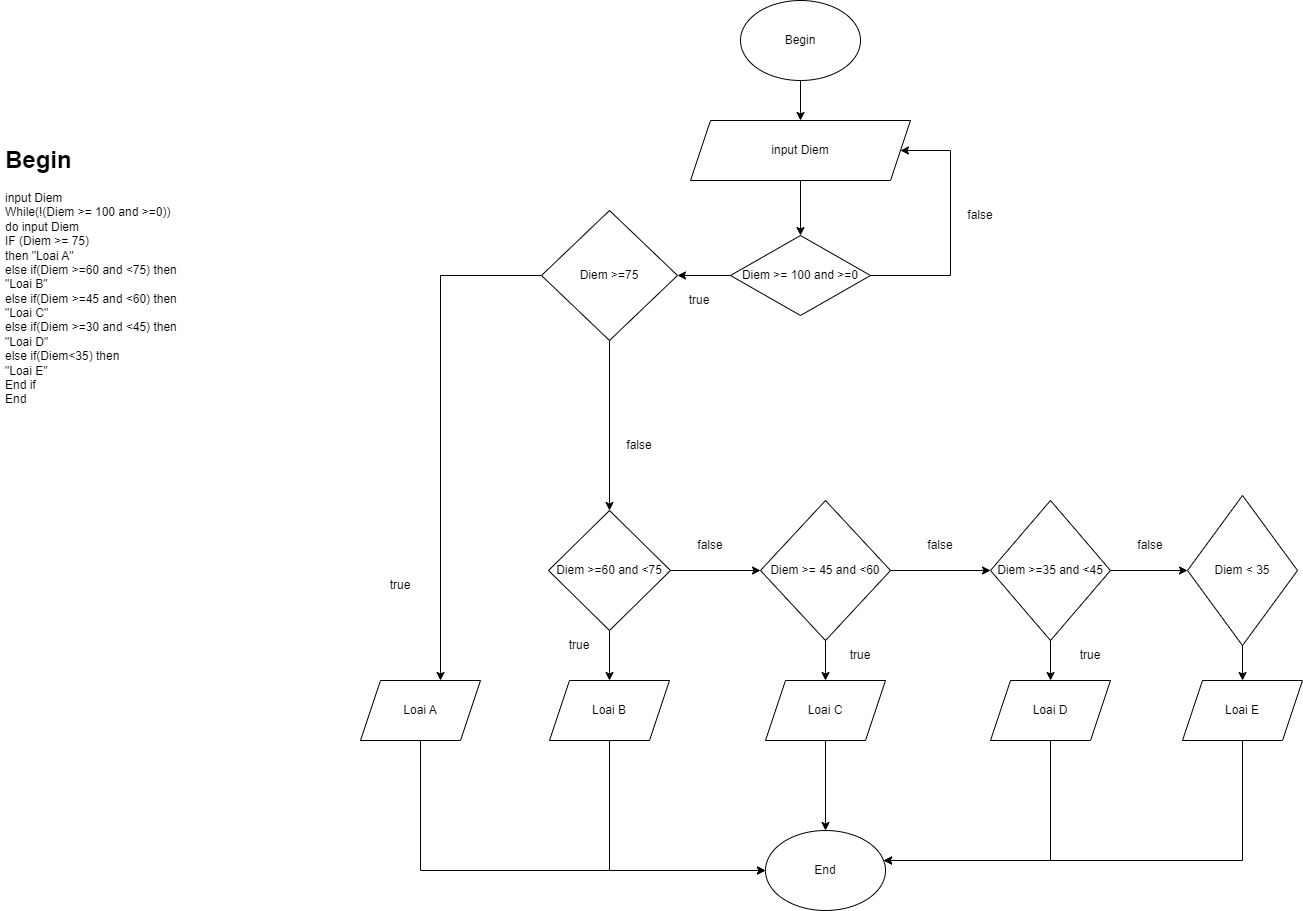
This is ss3_ma_gia_luu_do/bai5.png from phuoctai0612/c0223g1-maiphuoctai, a draw.io export, as it was before one commit. Source tidied: cells renumbered, new cells last; positions are measured from the earlier drawing's top-left corner, leaving out a move shared by most shapes. The source it was exported from:
```xml
<mxGraphModel>
  <root>
    <mxCell id="0" />
    <mxCell id="1" parent="0" />
    <mxCell id="2" style="edgeStyle=orthogonalEdgeStyle;rounded=0;jettySize=auto;html=1;" parent="1" edge="1" source="3" target="5">
      <mxGeometry relative="1" as="geometry" />
    </mxCell>
    <mxCell id="3" value="Begin" style="ellipse;whiteSpace=wrap;html=1;" parent="1" vertex="1">
      <mxGeometry x="740" width="120" height="80" as="geometry" />
    </mxCell>
    <mxCell id="4" style="edgeStyle=orthogonalEdgeStyle;rounded=0;jettySize=auto;html=1;" parent="1" edge="1" source="5" target="40">
      <mxGeometry relative="1" as="geometry" />
    </mxCell>
    <mxCell id="5" value="input Diem" style="shape=parallelogram;perimeter=parallelogramPerimeter;whiteSpace=wrap;html=1;fixedSize=1;" parent="1" vertex="1">
      <mxGeometry x="690" y="120" width="220" height="60" as="geometry" />
    </mxCell>
    <mxCell id="6" style="edgeStyle=orthogonalEdgeStyle;rounded=0;jettySize=auto;html=1;" parent="1" edge="1" source="8" target="10">
      <mxGeometry relative="1" as="geometry">
        <Array as="points">
          <mxPoint x="440" y="275" />
        </Array>
      </mxGeometry>
    </mxCell>
    <mxCell id="7" style="edgeStyle=orthogonalEdgeStyle;rounded=0;jettySize=auto;html=1;" parent="1" edge="1" source="8" target="14">
      <mxGeometry relative="1" as="geometry" />
    </mxCell>
    <mxCell id="8" value="Diem &amp;gt;=75" style="rhombus;whiteSpace=wrap;html=1;" parent="1" vertex="1">
      <mxGeometry x="541" y="210" width="136" height="130" as="geometry" />
    </mxCell>
    <mxCell id="9" style="edgeStyle=orthogonalEdgeStyle;rounded=0;jettySize=auto;html=1;" parent="1" edge="1" source="10" target="43">
      <mxGeometry relative="1" as="geometry">
        <Array as="points">
          <mxPoint x="420" y="870" />
        </Array>
      </mxGeometry>
    </mxCell>
    <mxCell id="10" value="Loai A" style="shape=parallelogram;perimeter=parallelogramPerimeter;whiteSpace=wrap;html=1;fixedSize=1;" parent="1" vertex="1">
      <mxGeometry x="360" y="680" width="120" height="60" as="geometry" />
    </mxCell>
    <mxCell id="11" value="true" style="text;html=1;strokeColor=none;fillColor=none;align=center;verticalAlign=middle;whiteSpace=wrap;rounded=0;" parent="1" vertex="1">
      <mxGeometry x="370" y="570" width="60" height="30" as="geometry" />
    </mxCell>
    <mxCell id="12" style="edgeStyle=orthogonalEdgeStyle;rounded=0;jettySize=auto;html=1;" parent="1" edge="1" source="14" target="18">
      <mxGeometry relative="1" as="geometry" />
    </mxCell>
    <mxCell id="13" style="edgeStyle=orthogonalEdgeStyle;rounded=0;jettySize=auto;html=1;" parent="1" edge="1" source="14" target="20">
      <mxGeometry relative="1" as="geometry" />
    </mxCell>
    <mxCell id="14" value="Diem &amp;gt;=60 and &amp;lt;75" style="rhombus;whiteSpace=wrap;html=1;" parent="1" vertex="1">
      <mxGeometry x="548" y="510" width="122" height="120" as="geometry" />
    </mxCell>
    <mxCell id="15" value="false" style="text;html=1;strokeColor=none;fillColor=none;align=center;verticalAlign=middle;whiteSpace=wrap;rounded=0;" parent="1" vertex="1">
      <mxGeometry x="609" y="430" width="60" height="30" as="geometry" />
    </mxCell>
    <mxCell id="16" style="edgeStyle=orthogonalEdgeStyle;rounded=0;jettySize=auto;html=1;" parent="1" edge="1" source="18" target="24">
      <mxGeometry relative="1" as="geometry" />
    </mxCell>
    <mxCell id="17" style="edgeStyle=orthogonalEdgeStyle;rounded=0;jettySize=auto;html=1;" parent="1" edge="1" source="18" target="27">
      <mxGeometry relative="1" as="geometry" />
    </mxCell>
    <mxCell id="18" value="Diem &amp;gt;= 45 and &amp;lt;60" style="rhombus;whiteSpace=wrap;html=1;" parent="1" vertex="1">
      <mxGeometry x="760" y="500" width="130" height="140" as="geometry" />
    </mxCell>
    <mxCell id="19" style="edgeStyle=orthogonalEdgeStyle;rounded=0;jettySize=auto;html=1;" parent="1" edge="1" source="20" target="43">
      <mxGeometry relative="1" as="geometry">
        <Array as="points">
          <mxPoint x="609" y="870" />
        </Array>
      </mxGeometry>
    </mxCell>
    <mxCell id="20" value="Loai B" style="shape=parallelogram;perimeter=parallelogramPerimeter;whiteSpace=wrap;html=1;fixedSize=1;" parent="1" vertex="1">
      <mxGeometry x="549" y="680" width="120" height="60" as="geometry" />
    </mxCell>
    <mxCell id="21" value="true" style="text;html=1;strokeColor=none;fillColor=none;align=center;verticalAlign=middle;whiteSpace=wrap;rounded=0;" parent="1" vertex="1">
      <mxGeometry x="549" y="630" width="60" height="30" as="geometry" />
    </mxCell>
    <mxCell id="22" value="false" style="text;html=1;strokeColor=none;fillColor=none;align=center;verticalAlign=middle;whiteSpace=wrap;rounded=0;" parent="1" vertex="1">
      <mxGeometry x="680" y="530" width="60" height="30" as="geometry" />
    </mxCell>
    <mxCell id="23" style="edgeStyle=orthogonalEdgeStyle;rounded=0;jettySize=auto;html=1;" parent="1" edge="1" source="24" target="43">
      <mxGeometry relative="1" as="geometry" />
    </mxCell>
    <mxCell id="24" value="Loai C" style="shape=parallelogram;perimeter=parallelogramPerimeter;whiteSpace=wrap;html=1;fixedSize=1;" parent="1" vertex="1">
      <mxGeometry x="765" y="680" width="120" height="60" as="geometry" />
    </mxCell>
    <mxCell id="25" style="edgeStyle=orthogonalEdgeStyle;rounded=0;jettySize=auto;html=1;" parent="1" edge="1" source="27" target="30">
      <mxGeometry relative="1" as="geometry" />
    </mxCell>
    <mxCell id="26" style="edgeStyle=orthogonalEdgeStyle;rounded=0;jettySize=auto;html=1;" parent="1" edge="1" source="27" target="34">
      <mxGeometry relative="1" as="geometry" />
    </mxCell>
    <mxCell id="27" value="Diem &amp;gt;=35 and &amp;lt;45" style="rhombus;whiteSpace=wrap;html=1;" parent="1" vertex="1">
      <mxGeometry x="990" y="500" width="120" height="140" as="geometry" />
    </mxCell>
    <mxCell id="28" value="false" style="text;html=1;strokeColor=none;fillColor=none;align=center;verticalAlign=middle;whiteSpace=wrap;rounded=0;" parent="1" vertex="1">
      <mxGeometry x="910" y="530" width="60" height="30" as="geometry" />
    </mxCell>
    <mxCell id="29" style="edgeStyle=orthogonalEdgeStyle;rounded=0;jettySize=auto;html=1;" parent="1" edge="1" source="30" target="43">
      <mxGeometry relative="1" as="geometry">
        <Array as="points">
          <mxPoint x="1050" y="860" />
        </Array>
      </mxGeometry>
    </mxCell>
    <mxCell id="30" value="Loai D" style="shape=parallelogram;perimeter=parallelogramPerimeter;whiteSpace=wrap;html=1;fixedSize=1;" parent="1" vertex="1">
      <mxGeometry x="990" y="680" width="120" height="60" as="geometry" />
    </mxCell>
    <mxCell id="31" value="true" style="text;html=1;strokeColor=none;fillColor=none;align=center;verticalAlign=middle;whiteSpace=wrap;rounded=0;" parent="1" vertex="1">
      <mxGeometry x="830" y="640" width="60" height="30" as="geometry" />
    </mxCell>
    <mxCell id="32" value="true" style="text;html=1;strokeColor=none;fillColor=none;align=center;verticalAlign=middle;whiteSpace=wrap;rounded=0;" parent="1" vertex="1">
      <mxGeometry x="1060" y="640" width="60" height="30" as="geometry" />
    </mxCell>
    <mxCell id="33" style="edgeStyle=orthogonalEdgeStyle;rounded=0;jettySize=auto;html=1;" parent="1" edge="1" source="34" target="37">
      <mxGeometry relative="1" as="geometry" />
    </mxCell>
    <mxCell id="34" value="Diem &amp;lt; 35" style="rhombus;whiteSpace=wrap;html=1;" parent="1" vertex="1">
      <mxGeometry x="1187" y="495" width="110" height="150" as="geometry" />
    </mxCell>
    <mxCell id="35" value="false" style="text;html=1;strokeColor=none;fillColor=none;align=center;verticalAlign=middle;whiteSpace=wrap;rounded=0;" parent="1" vertex="1">
      <mxGeometry x="1120" y="530" width="60" height="30" as="geometry" />
    </mxCell>
    <mxCell id="36" style="edgeStyle=orthogonalEdgeStyle;rounded=0;jettySize=auto;html=1;" parent="1" edge="1" source="37" target="43">
      <mxGeometry relative="1" as="geometry">
        <Array as="points">
          <mxPoint x="1242" y="860" />
        </Array>
      </mxGeometry>
    </mxCell>
    <mxCell id="37" value="Loai E" style="shape=parallelogram;perimeter=parallelogramPerimeter;whiteSpace=wrap;html=1;fixedSize=1;" parent="1" vertex="1">
      <mxGeometry x="1182" y="680" width="120" height="60" as="geometry" />
    </mxCell>
    <mxCell id="38" style="edgeStyle=orthogonalEdgeStyle;rounded=0;jettySize=auto;html=1;" parent="1" edge="1" source="40" target="5">
      <mxGeometry relative="1" as="geometry">
        <Array as="points">
          <mxPoint x="950" y="275" />
          <mxPoint x="950" y="150" />
        </Array>
      </mxGeometry>
    </mxCell>
    <mxCell id="39" style="edgeStyle=orthogonalEdgeStyle;rounded=0;jettySize=auto;html=1;" parent="1" edge="1" source="40" target="8">
      <mxGeometry relative="1" as="geometry" />
    </mxCell>
    <mxCell id="40" value="Diem &amp;gt;= 100 and &amp;gt;=0" style="rhombus;whiteSpace=wrap;html=1;" parent="1" vertex="1">
      <mxGeometry x="730" y="235" width="140" height="80" as="geometry" />
    </mxCell>
    <mxCell id="41" value="false" style="text;html=1;strokeColor=none;fillColor=none;align=center;verticalAlign=middle;whiteSpace=wrap;rounded=0;" parent="1" vertex="1">
      <mxGeometry x="950" y="200" width="60" height="30" as="geometry" />
    </mxCell>
    <mxCell id="42" value="true" style="text;html=1;strokeColor=none;fillColor=none;align=center;verticalAlign=middle;whiteSpace=wrap;rounded=0;" parent="1" vertex="1">
      <mxGeometry x="669" y="285" width="60" height="30" as="geometry" />
    </mxCell>
    <mxCell id="43" value="End" style="ellipse;whiteSpace=wrap;html=1;" parent="1" vertex="1">
      <mxGeometry x="765" y="830" width="120" height="80" as="geometry" />
    </mxCell>
    <mxCell id="44" value="&lt;h1&gt;Begin&lt;/h1&gt;&lt;div&gt;input Diem&lt;/div&gt;&lt;div&gt;While(!(Diem &amp;gt;= 100 and &amp;gt;=0))&lt;/div&gt;&lt;div&gt;do input Diem&lt;/div&gt;&lt;div&gt;IF (Diem &amp;gt;= 75)&amp;nbsp;&lt;/div&gt;&lt;div&gt;then &quot;Loai A&quot;&amp;nbsp;&lt;/div&gt;&lt;div&gt;else if(Diem &amp;gt;=60 and &amp;lt;75) then&amp;nbsp;&lt;/div&gt;&lt;div&gt;&quot;Loai B&quot;&lt;/div&gt;&lt;div&gt;else if(Diem &amp;gt;=45 and &amp;lt;60) then&amp;nbsp;&lt;/div&gt;&lt;div&gt;&quot;Loai C&quot;&lt;/div&gt;&lt;div&gt;else if(Diem &amp;gt;=30 and &amp;lt;45) then&amp;nbsp;&lt;/div&gt;&lt;div&gt;&quot;Loai D&quot;&lt;/div&gt;&lt;div&gt;else if(Diem&amp;lt;35) then&amp;nbsp;&lt;/div&gt;&lt;div&gt;&quot;Loai E&quot;&lt;/div&gt;&lt;div&gt;End if&lt;/div&gt;&lt;div&gt;End&lt;/div&gt;" style="text;html=1;strokeColor=none;fillColor=none;spacing=5;spacingTop=-20;whiteSpace=wrap;overflow=hidden;rounded=0;" parent="1" vertex="1">
      <mxGeometry y="140" width="270" height="510" as="geometry" />
    </mxCell>
  </root>
</mxGraphModel>
```
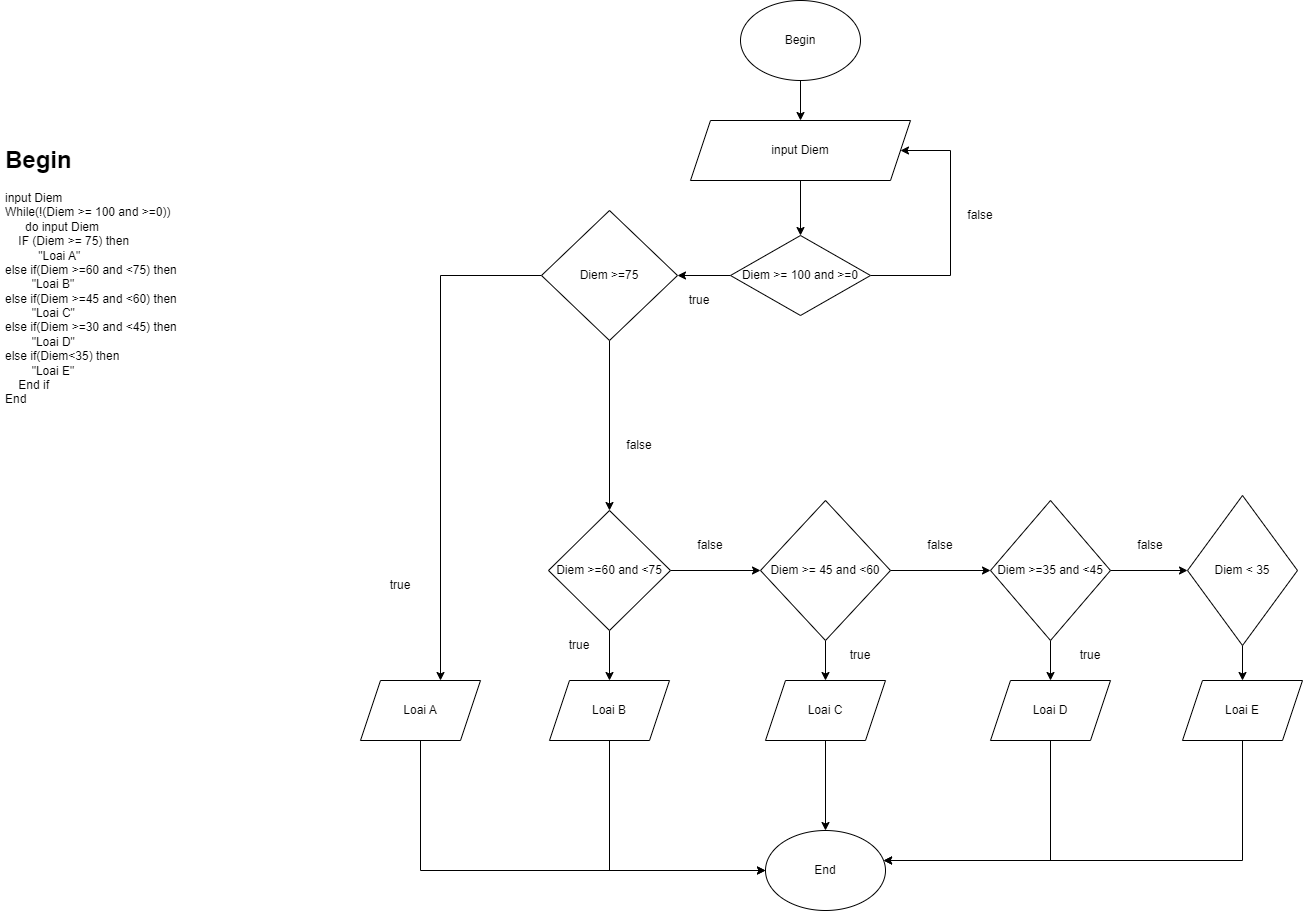
After the commit.

The edit, as a diff of the source:
```diff
@@ -153,7 +153,7 @@
     <mxCell id="43" value="End" style="ellipse;whiteSpace=wrap;html=1;" parent="1" vertex="1">
       <mxGeometry x="765" y="830" width="120" height="80" as="geometry" />
     </mxCell>
-    <mxCell id="44" value="&lt;h1&gt;Begin&lt;/h1&gt;&lt;div&gt;input Diem&lt;/div&gt;&lt;div&gt;While(!(Diem &amp;gt;= 100 and &amp;gt;=0))&lt;/div&gt;&lt;div&gt;do input Diem&lt;/div&gt;&lt;div&gt;IF (Diem &amp;gt;= 75)&amp;nbsp;&lt;/div&gt;&lt;div&gt;then &quot;Loai A&quot;&amp;nbsp;&lt;/div&gt;&lt;div&gt;else if(Diem &amp;gt;=60 and &amp;lt;75) then&amp;nbsp;&lt;/div&gt;&lt;div&gt;&quot;Loai B&quot;&lt;/div&gt;&lt;div&gt;else if(Diem &amp;gt;=45 and &amp;lt;60) then&amp;nbsp;&lt;/div&gt;&lt;div&gt;&quot;Loai C&quot;&lt;/div&gt;&lt;div&gt;else if(Diem &amp;gt;=30 and &amp;lt;45) then&amp;nbsp;&lt;/div&gt;&lt;div&gt;&quot;Loai D&quot;&lt;/div&gt;&lt;div&gt;else if(Diem&amp;lt;35) then&amp;nbsp;&lt;/div&gt;&lt;div&gt;&quot;Loai E&quot;&lt;/div&gt;&lt;div&gt;End if&lt;/div&gt;&lt;div&gt;End&lt;/div&gt;" style="text;html=1;strokeColor=none;fillColor=none;spacing=5;spacingTop=-20;whiteSpace=wrap;overflow=hidden;rounded=0;" parent="1" vertex="1">
+    <mxCell id="44" value="&lt;h1&gt;Begin&lt;/h1&gt;&lt;div&gt;input Diem&lt;/div&gt;&lt;div&gt;While(!(Diem &amp;gt;= 100 and &amp;gt;=0))&lt;/div&gt;&lt;div&gt;&amp;nbsp; &amp;nbsp; &amp;nbsp; do input Diem&lt;/div&gt;&lt;div&gt;&amp;nbsp; &amp;nbsp; IF (Diem &amp;gt;= 75)&amp;nbsp;&lt;span style=&quot;background-color: initial;&quot;&gt;then&amp;nbsp;&amp;nbsp;&lt;/span&gt;&lt;/div&gt;&lt;div&gt;&lt;span style=&quot;background-color: initial;&quot;&gt;&amp;nbsp; &amp;nbsp; &amp;nbsp; &amp;nbsp; &amp;nbsp; &quot;Loai A&quot;&amp;nbsp;&lt;/span&gt;&lt;/div&gt;&lt;div&gt;else if(Diem &amp;gt;=60 and &amp;lt;75) then&amp;nbsp;&lt;/div&gt;&lt;div&gt;&amp;nbsp; &amp;nbsp; &amp;nbsp; &amp;nbsp; &quot;Loai B&quot;&lt;/div&gt;&lt;div&gt;else if(Diem &amp;gt;=45 and &amp;lt;60) then&amp;nbsp;&lt;/div&gt;&lt;div&gt;&amp;nbsp; &amp;nbsp; &amp;nbsp; &amp;nbsp; &quot;Loai C&quot;&lt;/div&gt;&lt;div&gt;else if(Diem &amp;gt;=30 and &amp;lt;45) then&amp;nbsp;&lt;/div&gt;&lt;div&gt;&amp;nbsp; &amp;nbsp; &amp;nbsp; &amp;nbsp; &quot;Loai D&quot;&lt;/div&gt;&lt;div&gt;else if(Diem&amp;lt;35) then&amp;nbsp;&lt;/div&gt;&lt;div&gt;&amp;nbsp; &amp;nbsp; &amp;nbsp; &amp;nbsp; &quot;Loai E&quot;&lt;/div&gt;&lt;div&gt;&amp;nbsp; &amp;nbsp; End if&lt;/div&gt;&lt;div&gt;End&lt;/div&gt;" style="text;html=1;strokeColor=none;fillColor=none;spacing=5;spacingTop=-20;whiteSpace=wrap;overflow=hidden;rounded=0;" parent="1" vertex="1">
       <mxGeometry y="140" width="270" height="510" as="geometry" />
     </mxCell>
   </root>
```
